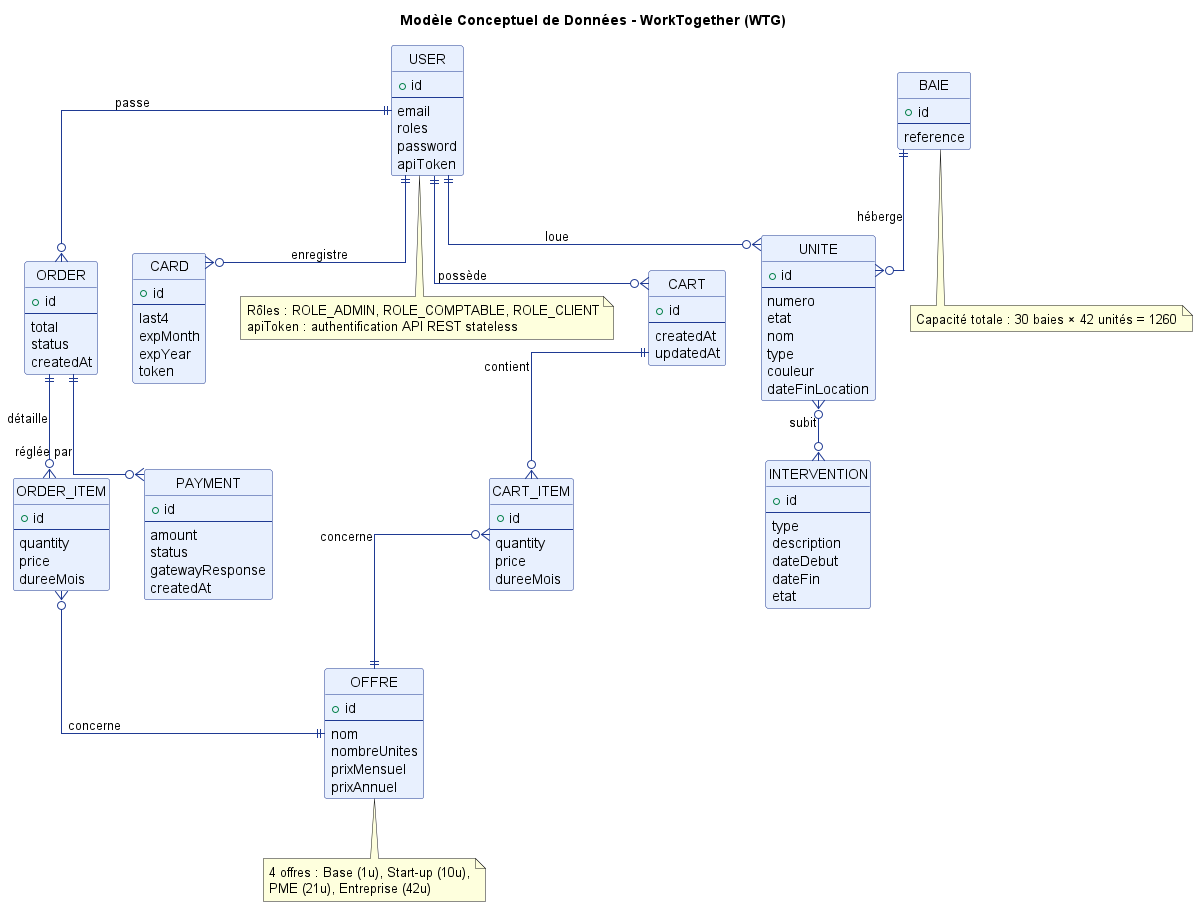
This is docs/mcd.png from clem-clem06/WTG-leger, a PlantUML export, as it was before one commit.
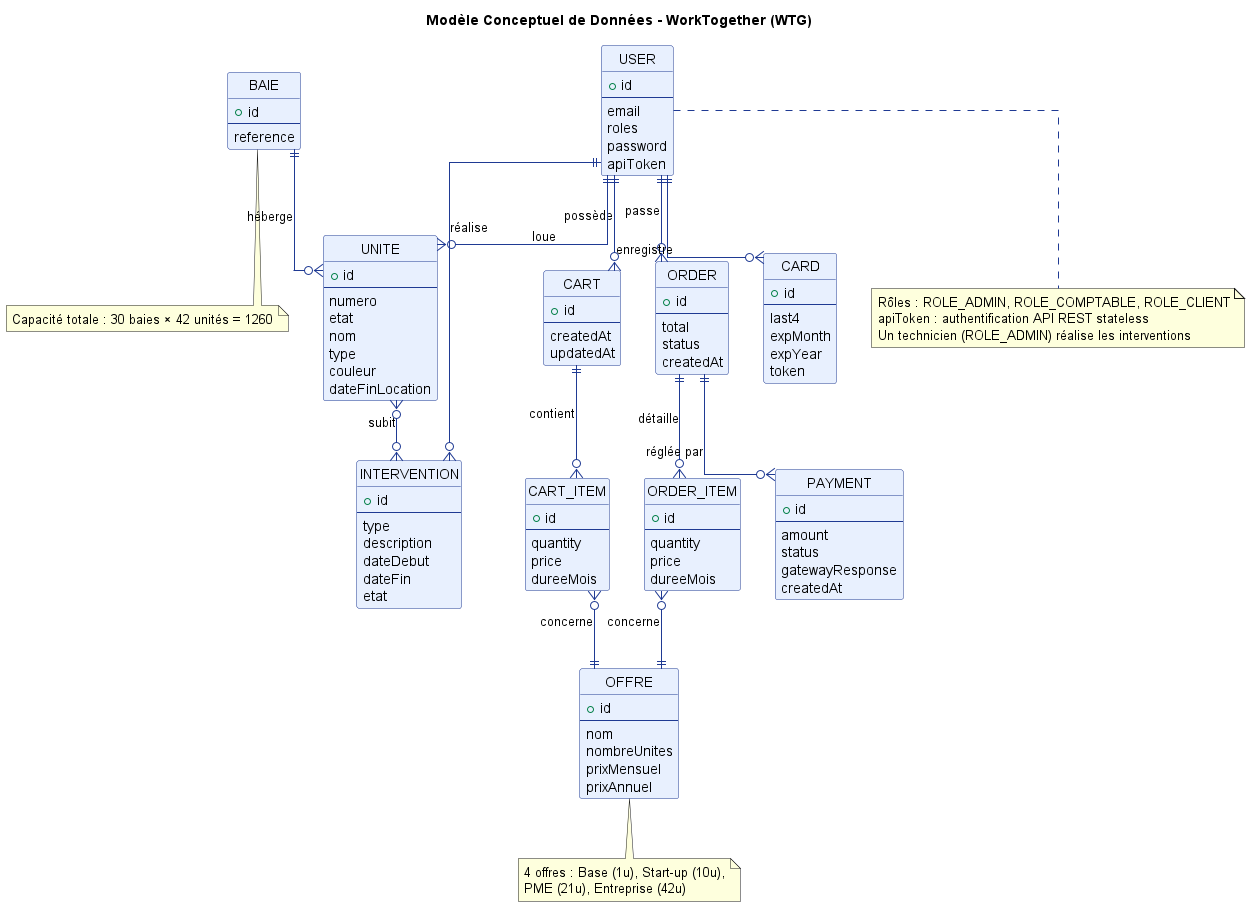
Later version of the same file.

Commit message:
docs: enrichir le MCD/MLD avec la relation user → intervention

The edit, as a diff of the source:
```diff
@@ -112,6 +112,7 @@
 USER ||--o{ CMD : "passe"
 USER ||--o{ CARD : "enregistre"
 USER ||--o{ UNITE : "loue"
+USER ||--o{ INTERVENTION : "réalise"
 
 CART ||--o{ CART_ITEM : "contient"
 CART_ITEM }o--|| OFFRE : "concerne"
@@ -126,6 +127,7 @@
 note bottom of USER
   Rôles : ROLE_ADMIN, ROLE_COMPTABLE, ROLE_CLIENT
   apiToken : authentification API REST stateless
+  Un technicien (ROLE_ADMIN) réalise les interventions
 end note
 
 note bottom of OFFRE
```
